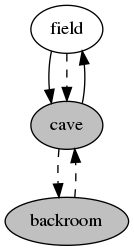
helderman/htpataic keeps this Graphviz diagram as code20/map.png. Above is the earlier version. Its source is kept beside it as code20/map.gv.
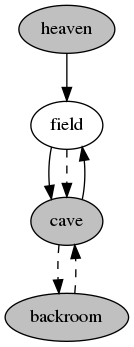
Later version of the same file.

What changed in the source:
```diff
@@ -6,4 +6,5 @@
 	cave -> field
 	cave -> backroom [style=dashed]
 	backroom -> cave [style=dashed]
+	heaven -> field
 }
```
